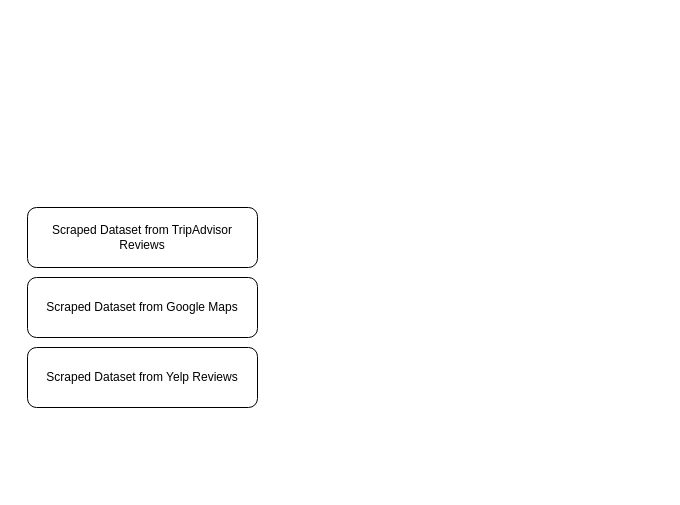
Earlier version of the draw.io diagram Travel Advisor.drawio (tinkvu/ConversationalRecommenderSystemForMaps). Source tidied: cells renumbered, new cells numbered last; positions are measured from the earlier drawing's top-left corner, leaving out a move shared by most shapes. Both pictures are drawn from the tidied source at 100%, with x=0, y=0 at pixel (27, 207).
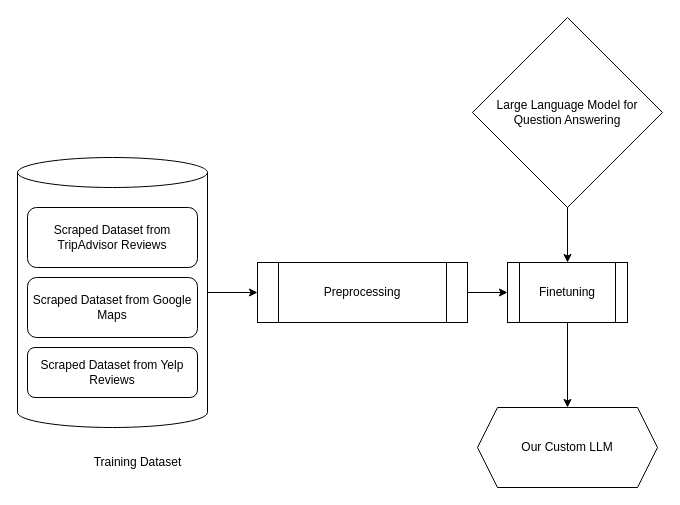
The same page after the edit.

The edit, as a diff of the source:
```diff
@@
 <mxGraphModel>
   <root>
     <mxCell id="0" />
     <mxCell id="1" parent="0" />
+    <mxCell id="5" style="edgeStyle=orthogonalEdgeStyle;rounded=0;jettySize=auto;html=1;" parent="1" edge="1" source="6" target="9">
+      <mxGeometry relative="1" as="geometry" />
+    </mxCell>
+    <mxCell id="6" style="shape=cylinder3;whiteSpace=wrap;html=1;boundedLbl=1;backgroundOutline=1;size=15;" parent="1" vertex="1">
+      <mxGeometry x="-10" y="-50" width="190" height="270" as="geometry" />
+    </mxCell>
     <mxCell id="2" value="Scraped Dataset from TripAdvisor Reviews" style="rounded=1;whiteSpace=wrap;html=1;" parent="1" vertex="1">
-      <mxGeometry width="230" height="60" as="geometry" />
+      <mxGeometry width="170" height="60" as="geometry" />
     </mxCell>
     <mxCell id="3" value="Scraped Dataset from Yelp Reviews" style="rounded=1;whiteSpace=wrap;html=1;" parent="1" vertex="1">
-      <mxGeometry y="140" width="230" height="60" as="geometry" />
+      <mxGeometry y="140" width="170" height="50" as="geometry" />
     </mxCell>
     <mxCell id="4" value="Scraped Dataset from Google Maps" style="rounded=1;whiteSpace=wrap;html=1;" parent="1" vertex="1">
-      <mxGeometry y="70" width="230" height="60" as="geometry" />
+      <mxGeometry y="70" width="170" height="60" as="geometry" />
     </mxCell>
+    <mxCell id="7" value="Training Dataset" style="text;html=1;align=center;verticalAlign=middle;strokeColor=none;fillColor=none;" parent="1" vertex="1">
+      <mxGeometry x="55" y="240" width="110" height="30" as="geometry" />
+    </mxCell>
+    <mxCell id="8" style="edgeStyle=orthogonalEdgeStyle;rounded=0;jettySize=auto;html=1;" parent="1" edge="1" source="9" target="14">
+      <mxGeometry relative="1" as="geometry" />
+    </mxCell>
+    <mxCell id="9" value="Preprocessing" style="shape=process;whiteSpace=wrap;html=1;backgroundOutline=1;" parent="1" vertex="1">
+      <mxGeometry x="230" y="55" width="210" height="60" as="geometry" />
+    </mxCell>
+    <mxCell id="10" style="edgeStyle=orthogonalEdgeStyle;rounded=0;jettySize=auto;html=1;" parent="1" edge="1" source="14" target="12">
+      <mxGeometry relative="1" as="geometry" />
+    </mxCell>
+    <mxCell id="11" value="Large Language Model for Question Answering" style="rhombus;whiteSpace=wrap;html=1;" parent="1" vertex="1">
+      <mxGeometry x="445" y="-190" width="190" height="190" as="geometry" />
+    </mxCell>
+    <mxCell id="12" value="Our Custom LLM" style="shape=hexagon;perimeter=hexagonPerimeter2;whiteSpace=wrap;html=1;fixedSize=1;" parent="1" vertex="1">
+      <mxGeometry x="450" y="200" width="180" height="80" as="geometry" />
+    </mxCell>
+    <mxCell id="13" style="edgeStyle=orthogonalEdgeStyle;rounded=0;jettySize=auto;html=1;" parent="1" edge="1" source="11" target="14">
+      <mxGeometry relative="1" as="geometry" />
+    </mxCell>
+    <mxCell id="14" value="Finetuning" style="shape=process;whiteSpace=wrap;html=1;backgroundOutline=1;" parent="1" vertex="1">
+      <mxGeometry x="480" y="55" width="120" height="60" as="geometry" />
+    </mxCell>
   </root>
 </mxGraphModel>
```
